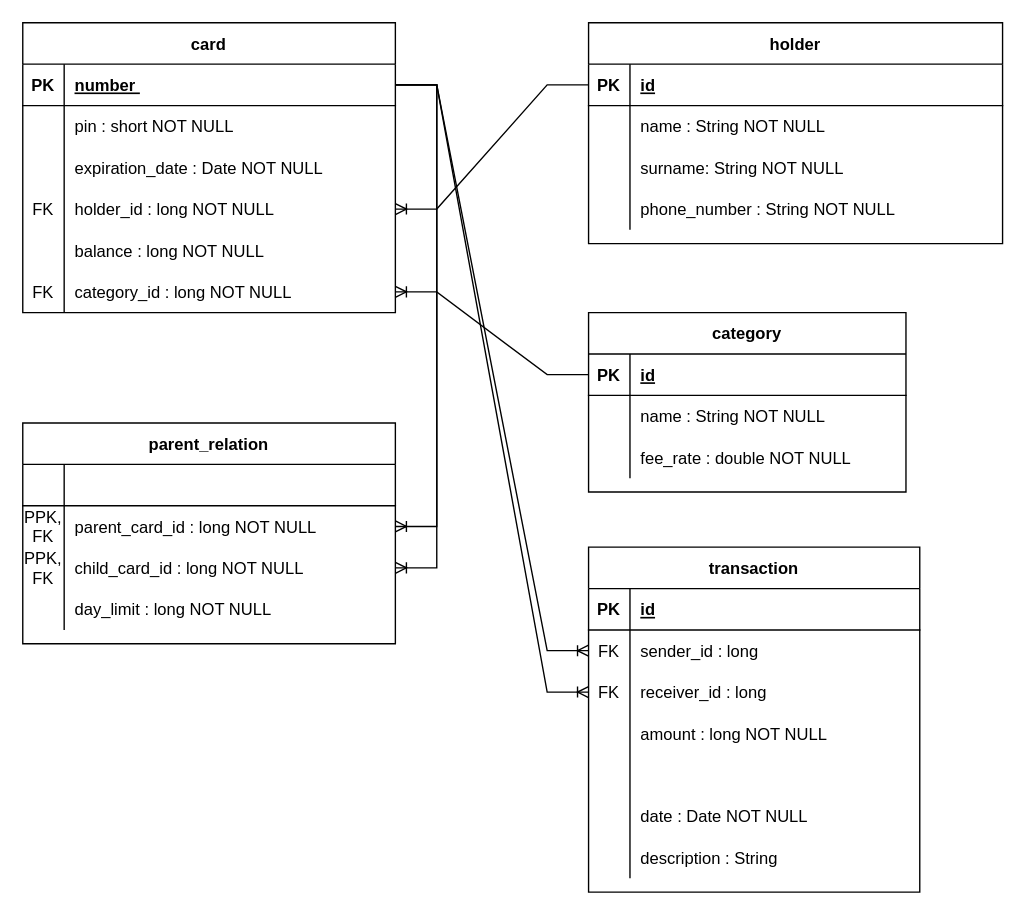
Before: bank_db_schema.drawio in Anoromi/upa_atm, a draw.io diagram. Source tidied: cells renumbered, new cells numbered last; positions are measured from the earlier drawing's top-left corner, leaving out a move shared by most shapes. Both pictures are drawn from the tidied source at 138%, with x=0, y=0 at pixel (22, 22).
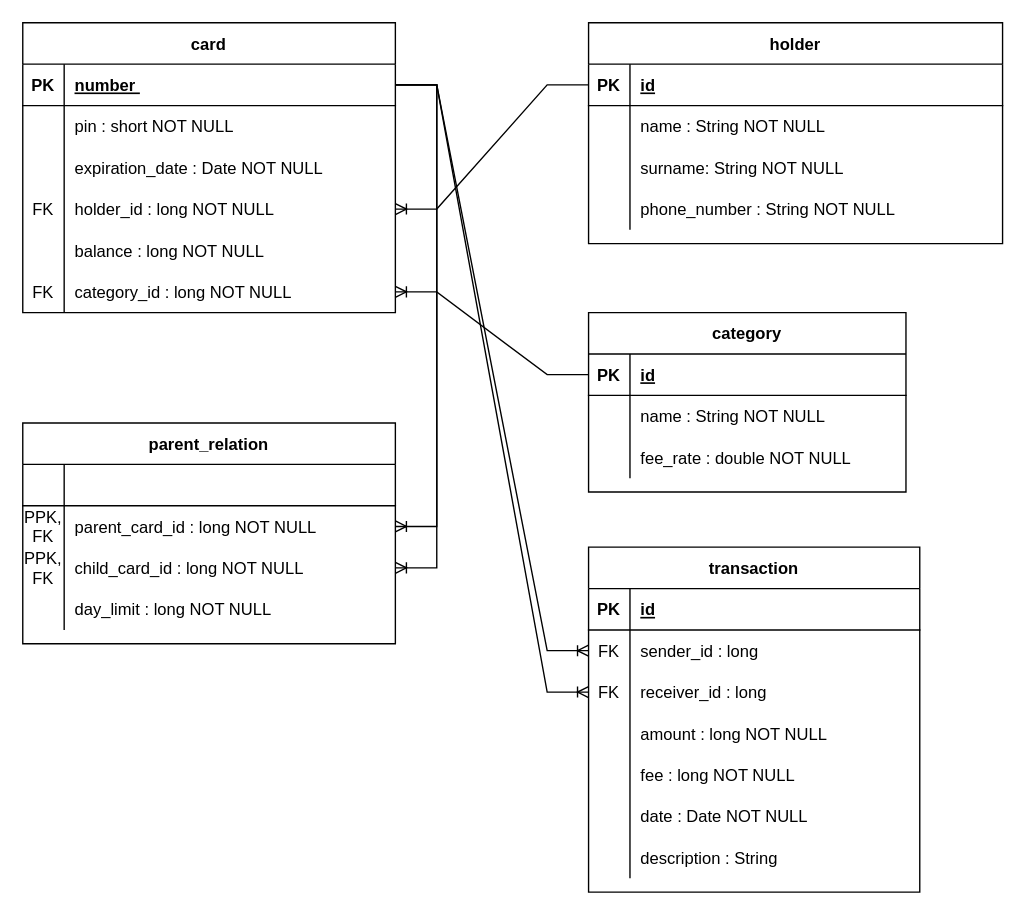
After the change.

Commit message (it also covers changes not shown here):
Refactoring bank

The change refers to these unchanged cells:
```xml
<mxCell id="70" style="shape=tableRow;horizontal=0;startSize=0;swimlaneHead=0;swimlaneBody=0;fillColor=none;top=0;left=0;right=0;bottom=0;" parent="57" vertex="1">
  <mxGeometry y="150" width="240" height="30" as="geometry" />
</mxCell>
```

Change to the diagram source:
```diff
@@
-    <mxCell id="72" style="shape=partialRectangle;fillColor=none;top=0;left=0;bottom=0;right=0;align=left;spacingLeft=6;overflow=hidden;" parent="70" vertex="1">
+    <mxCell id="72" value="fee : long NOT NULL" style="shape=partialRectangle;fillColor=none;top=0;left=0;bottom=0;right=0;align=left;spacingLeft=6;overflow=hidden;" parent="70" vertex="1">
       <mxGeometry x="30" width="210" height="30" as="geometry" />
     </mxCell>
```
